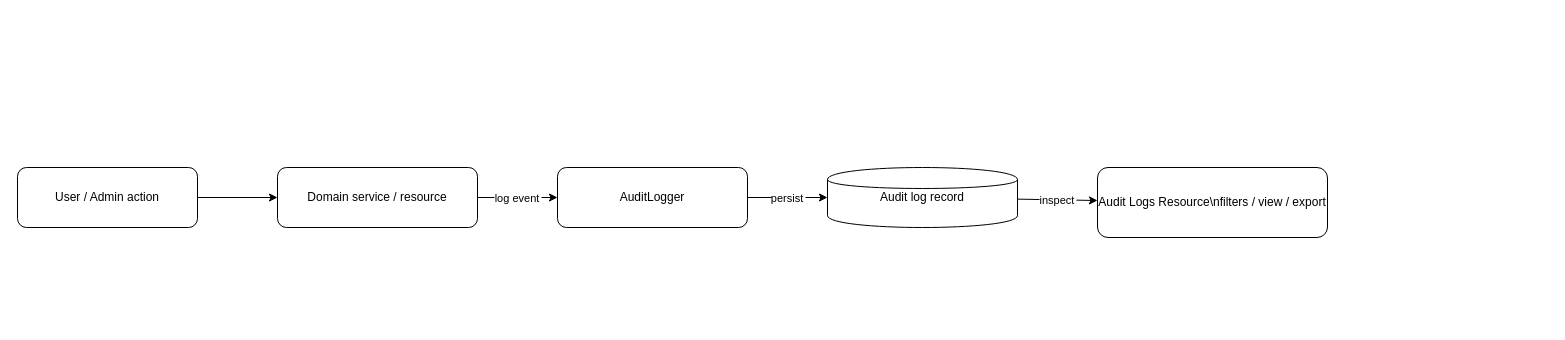
This is docs/architecture/07-audit-logs.drawio from ArtecCo/ccod_v1, a draw.io file, before an edit. Source tidied: cells renumbered, new cells numbered last; positions are measured from the earlier drawing's top-left corner, leaving out a move shared by most shapes. Both pictures are drawn from the tidied source at 100%, with x=0, y=0 at pixel (17, 167).
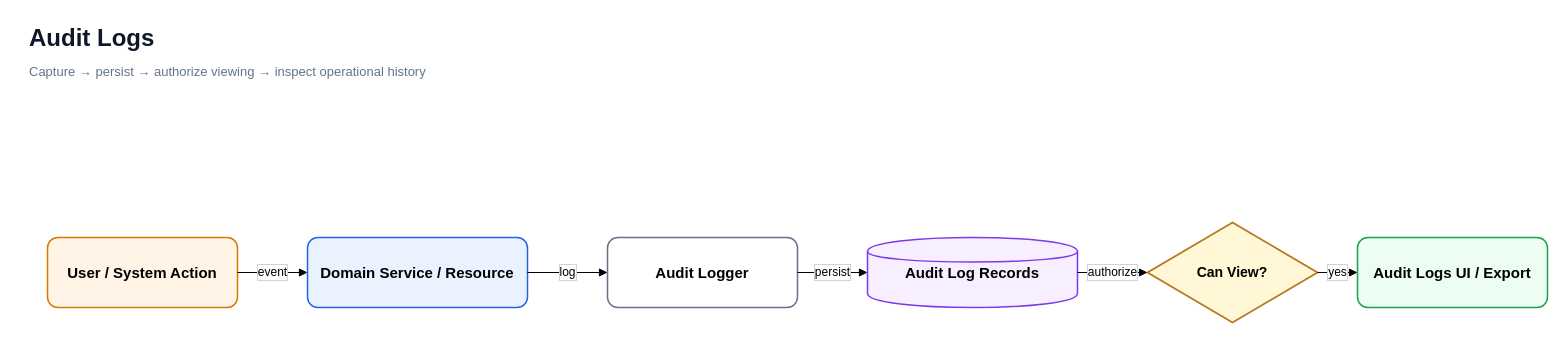
After the change.

Commit message:
docs: redesign audit logs diagram

The edit, as a diff of the source:
```diff
@@
 <mxGraphModel>
   <root>
     <mxCell id="0" />
     <mxCell id="1" parent="0" />
+    <mxCell id="11" value="Audit Logs" style="text;html=1;fontSize=24;fontStyle=1;fontColor=#0F172A;" parent="1" vertex="1">
+      <mxGeometry x="10" y="-150" width="600" height="40" as="geometry" />
+    </mxCell>
+    <mxCell id="12" value="Capture → persist → authorize viewing → inspect operational history" style="text;html=1;fontSize=13;fontColor=#64748B;" parent="1" vertex="1">
+      <mxGeometry x="10" y="-110" width="900" height="30" as="geometry" />
+    </mxCell>
-    <mxCell id="2" value="User / Admin action" style="rounded=1;whiteSpace=wrap;html=1;" parent="1" vertex="1">
-      <mxGeometry width="180" height="60" as="geometry" />
+    <mxCell id="2" value="User / System Action" style="rounded=1;whiteSpace=wrap;html=1;fillColor=#FFF4E5;strokeColor=#D97706;strokeWidth=1.5;fontSize=15;fontStyle=1;" parent="1" vertex="1">
+      <mxGeometry x="30" y="70" width="190" height="70" as="geometry" />
     </mxCell>
-    <mxCell id="3" value="Domain service / resource" style="rounded=1;whiteSpace=wrap;html=1;" parent="1" vertex="1">
-      <mxGeometry x="260" width="200" height="60" as="geometry" />
-    </mxCell>
-    <mxCell id="4" value="AuditLogger" style="rounded=1;whiteSpace=wrap;html=1;" parent="1" vertex="1">
-      <mxGeometry x="540" width="190" height="60" as="geometry" />
-    </mxCell>
+    <mxCell id="13" value="Domain Service / Resource" style="rounded=1;whiteSpace=wrap;html=1;fillColor=#EAF2FF;strokeColor=#2563EB;strokeWidth=1.5;fontSize=15;fontStyle=1;" parent="1" vertex="1">
+      <mxGeometry x="290" y="70" width="220" height="70" as="geometry" />
+    </mxCell>
+    <mxCell id="14" value="Audit Logger" style="rounded=1;whiteSpace=wrap;html=1;fillColor=#FFFFFF;strokeColor=#64748B;strokeWidth=1.5;fontSize=15;fontStyle=1;" parent="1" vertex="1">
+      <mxGeometry x="590" y="70" width="190" height="70" as="geometry" />
+    </mxCell>
+    <mxCell id="15" value="Audit Log Records" style="shape=cylinder;whiteSpace=wrap;html=1;fillColor=#F7EEFF;strokeColor=#7C3AED;strokeWidth=1.5;fontSize=15;fontStyle=1;" parent="1" vertex="1">
+      <mxGeometry x="850" y="70" width="210" height="70" as="geometry" />
+    </mxCell>
-    <mxCell id="5" value="Audit log record" style="shape=cylinder;whiteSpace=wrap;html=1;" parent="1" vertex="1">
-      <mxGeometry x="810" width="190" height="60" as="geometry" />
+    <mxCell id="5" value="Can View?" style="rhombus;whiteSpace=wrap;html=1;fillColor=#FFF7D6;strokeColor=#B7791F;strokeWidth=1.8;fontSize=14;fontStyle=1;" parent="1" vertex="1">
+      <mxGeometry x="1130" y="55" width="170" height="100" as="geometry" />
     </mxCell>
-    <mxCell id="6" value="Audit Logs Resource\nfilters / view / export" style="rounded=1;whiteSpace=wrap;html=1;" parent="1" vertex="1">
-      <mxGeometry x="1080" width="230" height="70" as="geometry" />
-    </mxCell>
+    <mxCell id="16" value="Audit Logs UI / Export" style="rounded=1;whiteSpace=wrap;html=1;fillColor=#ECFDF3;strokeColor=#16A34A;strokeWidth=1.5;fontSize=15;fontStyle=1;" parent="1" vertex="1">
+      <mxGeometry x="1340" y="70" width="190" height="70" as="geometry" />
+    </mxCell>
-    <mxCell id="7" parent="1" edge="1" source="2" target="3">
+    <mxCell id="7" value="event" style="edgeStyle=orthogonalEdgeStyle;endArrow=block;html=1;labelBackgroundColor=#FFFFFF;labelBorderColor=#CBD5E1;fontSize=12;" parent="1" edge="1" source="2" target="13">
       <mxGeometry relative="1" as="geometry" />
     </mxCell>
-    <mxCell id="8" value="log event" parent="1" edge="1" source="3" target="4">
+    <mxCell id="8" value="log" style="edgeStyle=orthogonalEdgeStyle;endArrow=block;html=1;labelBackgroundColor=#FFFFFF;labelBorderColor=#CBD5E1;fontSize=12;" parent="1" edge="1" source="13" target="14">
       <mxGeometry relative="1" as="geometry" />
     </mxCell>
-    <mxCell id="9" value="persist" parent="1" edge="1" source="4" target="5">
+    <mxCell id="9" value="persist" style="edgeStyle=orthogonalEdgeStyle;endArrow=block;html=1;labelBackgroundColor=#FFFFFF;labelBorderColor=#CBD5E1;fontSize=12;" parent="1" edge="1" source="14" target="15">
       <mxGeometry relative="1" as="geometry" />
     </mxCell>
-    <mxCell id="10" value="inspect" parent="1" edge="1" source="5" target="6">
+    <mxCell id="10" value="authorize" style="edgeStyle=orthogonalEdgeStyle;endArrow=block;html=1;labelBackgroundColor=#FFFFFF;labelBorderColor=#CBD5E1;fontSize=12;" parent="1" edge="1" source="15" target="5">
       <mxGeometry relative="1" as="geometry" />
     </mxCell>
+    <mxCell id="17" value="yes" style="edgeStyle=orthogonalEdgeStyle;endArrow=block;html=1;labelBackgroundColor=#FFFFFF;labelBorderColor=#CBD5E1;fontSize=12;" parent="1" edge="1" source="5" target="16">
+      <mxGeometry relative="1" as="geometry" />
+    </mxCell>
   </root>
 </mxGraphModel>
```
